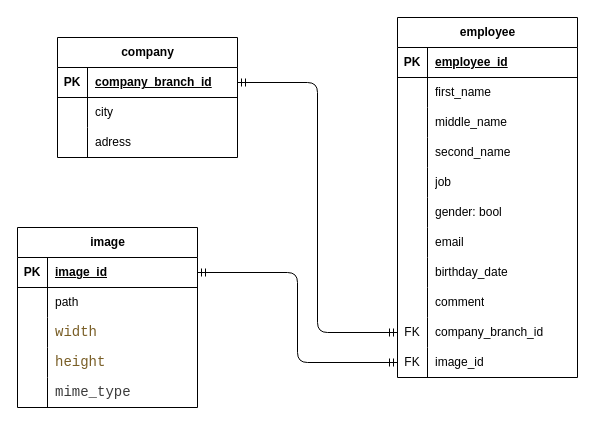
The draw.io diagram orgstructure.drawio in Kortasfa/data-base_course, before the edit. Source tidied: cells renumbered, new cells numbered last; positions are measured from the earlier drawing's top-left corner, leaving out a move shared by most shapes. Both pictures are drawn from the tidied source at 100%, with x=0, y=0 at pixel (17, 17).
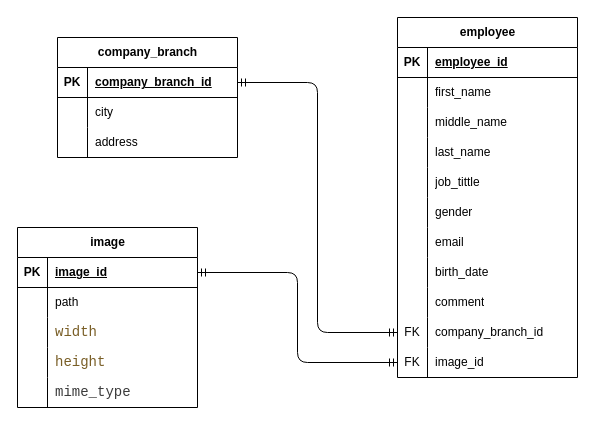
The same page after the edit.

The change refers to these unchanged cells:
```xml
<mxCell id="9" style="shape=tableRow;horizontal=0;startSize=0;swimlaneHead=0;swimlaneBody=0;fillColor=none;top=0;left=0;right=0;bottom=0;" parent="2" vertex="1">
  <mxGeometry y="90" width="180" height="30" as="geometry" />
</mxCell>
<mxCell id="22" style="shape=tableRow;horizontal=0;startSize=0;swimlaneHead=0;swimlaneBody=0;fillColor=none;top=0;left=0;right=0;bottom=0;" parent="12" vertex="1">
  <mxGeometry y="120" width="180" height="30" as="geometry" />
</mxCell>
<mxCell id="25" style="shape=tableRow;horizontal=0;startSize=0;swimlaneHead=0;swimlaneBody=0;fillColor=none;top=0;left=0;right=0;bottom=0;" parent="12" vertex="1">
  <mxGeometry y="150" width="180" height="30" as="geometry" />
</mxCell>
<mxCell id="28" style="shape=tableRow;horizontal=0;startSize=0;swimlaneHead=0;swimlaneBody=0;fillColor=none;top=0;left=0;right=0;bottom=0;" parent="12" vertex="1">
  <mxGeometry y="180" width="180" height="30" as="geometry" />
</mxCell>
<mxCell id="34" style="shape=tableRow;horizontal=0;startSize=0;swimlaneHead=0;swimlaneBody=0;fillColor=none;top=0;left=0;right=0;bottom=0;" parent="12" vertex="1">
  <mxGeometry y="240" width="180" height="30" as="geometry" />
</mxCell>
```

Change to the diagram source:
```diff
@@
-    <mxCell id="2" value="company" style="shape=table;startSize=30;childLayout=tableLayout;rowLines=0;fontStyle=1;align=center;html=1;" parent="1" vertex="1">
+    <mxCell id="2" value="company_branch" style="shape=table;startSize=30;childLayout=tableLayout;rowLines=0;fontStyle=1;align=center;html=1;" parent="1" vertex="1">
       <mxGeometry x="40" y="20" width="180" height="120" as="geometry" />
     </mxCell>
@@
-    <mxCell id="11" value="adress" style="shape=partialRectangle;fillColor=none;top=0;left=0;bottom=0;right=0;align=left;spacingLeft=6;overflow=hidden;whiteSpace=wrap;html=1;" parent="9" vertex="1">
+    <mxCell id="11" value="address" style="shape=partialRectangle;fillColor=none;top=0;left=0;bottom=0;right=0;align=left;spacingLeft=6;overflow=hidden;whiteSpace=wrap;html=1;" parent="9" vertex="1">
       <mxGeometry x="30" width="150" height="30" as="geometry" />
     </mxCell>
@@
-    <mxCell id="24" value="second_name" style="shape=partialRectangle;fillColor=none;top=0;left=0;bottom=0;right=0;align=left;spacingLeft=6;overflow=hidden;whiteSpace=wrap;html=1;" parent="22" vertex="1">
+    <mxCell id="24" value="last_name" style="shape=partialRectangle;fillColor=none;top=0;left=0;bottom=0;right=0;align=left;spacingLeft=6;overflow=hidden;whiteSpace=wrap;html=1;" parent="22" vertex="1">
       <mxGeometry x="30" width="150" height="30" as="geometry" />
     </mxCell>
@@
-    <mxCell id="27" value="job" style="shape=partialRectangle;fillColor=none;top=0;left=0;bottom=0;right=0;align=left;spacingLeft=6;overflow=hidden;whiteSpace=wrap;html=1;" parent="25" vertex="1">
+    <mxCell id="27" value="job_tittle" style="shape=partialRectangle;fillColor=none;top=0;left=0;bottom=0;right=0;align=left;spacingLeft=6;overflow=hidden;whiteSpace=wrap;html=1;" parent="25" vertex="1">
       <mxGeometry x="30" width="150" height="30" as="geometry" />
     </mxCell>
@@
-    <mxCell id="30" value="gender: bool" style="shape=partialRectangle;fillColor=none;top=0;left=0;bottom=0;right=0;align=left;spacingLeft=6;overflow=hidden;whiteSpace=wrap;html=1;" parent="28" vertex="1">
+    <mxCell id="30" value="gender" style="shape=partialRectangle;fillColor=none;top=0;left=0;bottom=0;right=0;align=left;spacingLeft=6;overflow=hidden;whiteSpace=wrap;html=1;" parent="28" vertex="1">
       <mxGeometry x="30" width="150" height="30" as="geometry" />
     </mxCell>
@@
-    <mxCell id="36" value="birthday_date" style="shape=partialRectangle;fillColor=none;top=0;left=0;bottom=0;right=0;align=left;spacingLeft=6;overflow=hidden;whiteSpace=wrap;html=1;" parent="34" vertex="1">
+    <mxCell id="36" value="birth_date" style="shape=partialRectangle;fillColor=none;top=0;left=0;bottom=0;right=0;align=left;spacingLeft=6;overflow=hidden;whiteSpace=wrap;html=1;" parent="34" vertex="1">
       <mxGeometry x="30" width="150" height="30" as="geometry" />
     </mxCell>
```
